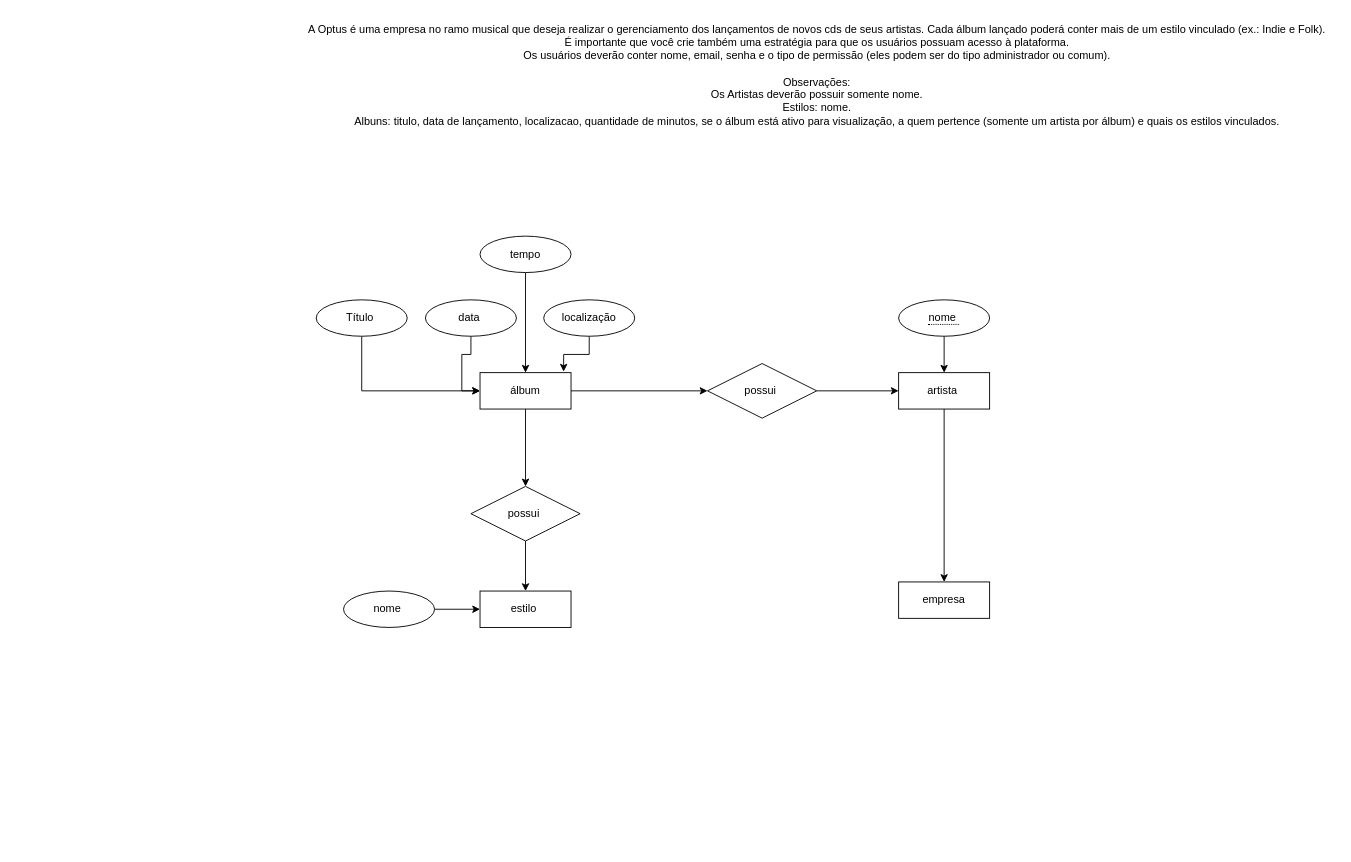
Before: page "Página-5" (5 of 5) of SPRINT 1/construção de modelos/1.0/1.4.drawio in MateusPaladino-29/2-semestre, a draw.io diagram. Source tidied: cells renumbered, new cells numbered last; positions are measured from the earlier drawing's top-left corner, leaving out a move shared by most shapes. Both pictures are drawn from the tidied source at 91%, with x=0, y=0 at pixel (298, 15).
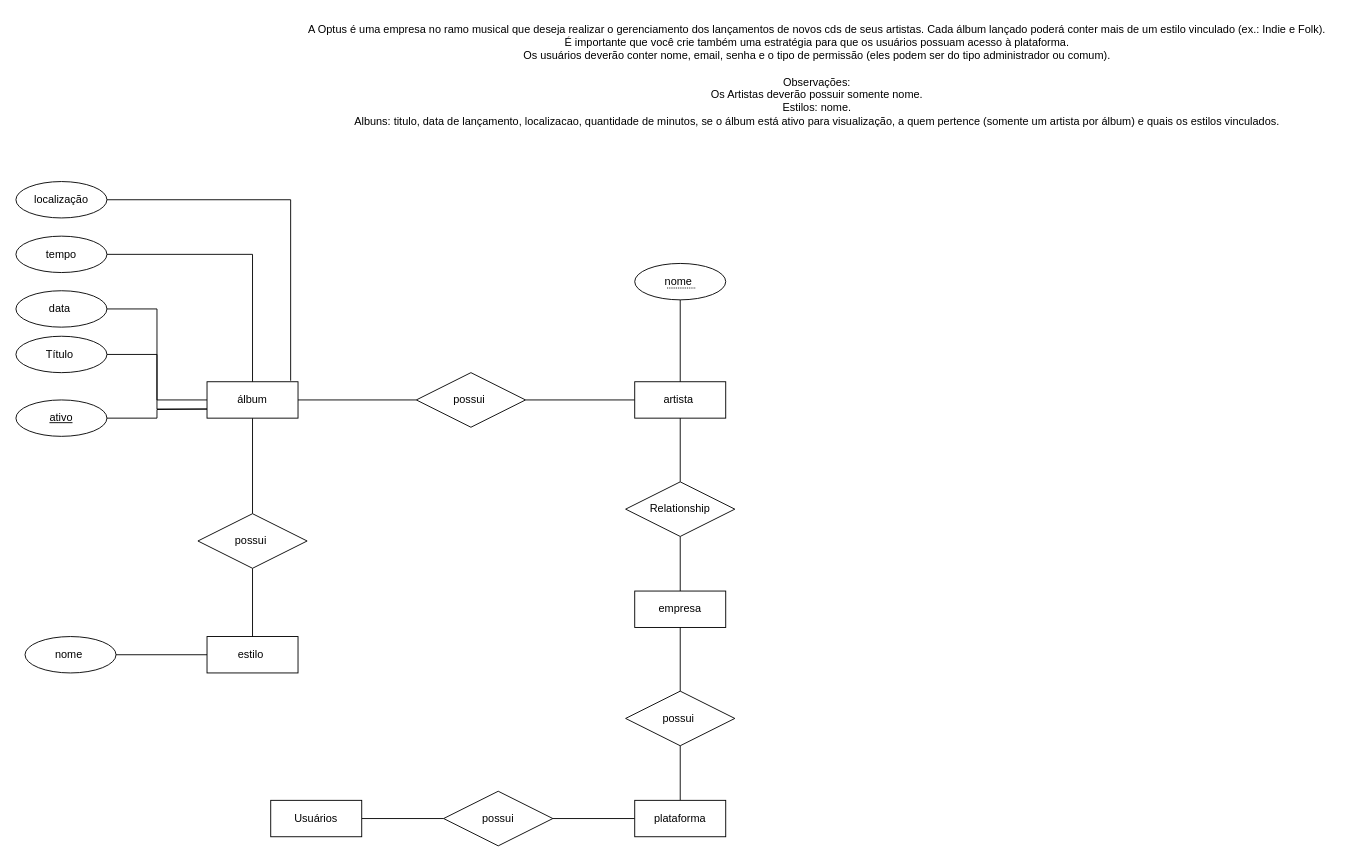
After the change.

What changed in the source:
```diff
@@
-    <mxCell id="3" style="edgeStyle=orthogonalEdgeStyle;rounded=0;jettySize=auto;html=1;" parent="1" edge="1" source="5" target="18">
+    <mxCell id="3" style="edgeStyle=orthogonalEdgeStyle;rounded=0;jettySize=auto;html=1;endArrow=none;endFill=0;" parent="1" edge="1" source="5" target="18">
       <mxGeometry relative="1" as="geometry" />
     </mxCell>
-    <mxCell id="4" style="edgeStyle=orthogonalEdgeStyle;rounded=0;jettySize=auto;html=1;entryX=0;entryY=0.5;entryDx=0;entryDy=0;" parent="1" edge="1" source="5" target="20">
+    <mxCell id="4" style="edgeStyle=orthogonalEdgeStyle;rounded=0;jettySize=auto;html=1;entryX=0;entryY=0.5;entryDx=0;entryDy=0;endArrow=none;endFill=0;" parent="1" edge="1" source="5" target="20">
       <mxGeometry relative="1" as="geometry" />
     </mxCell>
     <mxCell id="5" value="álbum" style="whiteSpace=wrap;html=1;align=center;" parent="1" vertex="1">
-      <mxGeometry x="200" y="392" width="100" height="40" as="geometry" />
+      <mxGeometry x="-100" y="402" width="100" height="40" as="geometry" />
     </mxCell>
-    <mxCell id="6" style="edgeStyle=orthogonalEdgeStyle;rounded=0;jettySize=auto;html=1;entryX=0;entryY=0.5;entryDx=0;entryDy=0;" parent="1" edge="1" source="7" target="5">
-      <mxGeometry relative="1" as="geometry">
-        <Array as="points">
-          <mxPoint x="70" y="412" />
-        </Array>
-      </mxGeometry>
+    <mxCell id="6" style="edgeStyle=orthogonalEdgeStyle;rounded=0;jettySize=auto;html=1;entryX=0;entryY=0.75;entryDx=0;entryDy=0;endArrow=none;endFill=0;" parent="1" edge="1" source="7" target="5">
+      <mxGeometry relative="1" as="geometry" />
     </mxCell>
     <mxCell id="7" value="Título&amp;nbsp;" style="ellipse;whiteSpace=wrap;html=1;align=center;" parent="1" vertex="1">
-      <mxGeometry x="20" y="312" width="100" height="40" as="geometry" />
+      <mxGeometry x="-310" y="352" width="100" height="40" as="geometry" />
     </mxCell>
-    <mxCell id="8" style="edgeStyle=orthogonalEdgeStyle;rounded=0;jettySize=auto;html=1;entryX=0;entryY=0.5;entryDx=0;entryDy=0;" parent="1" edge="1" source="9" target="5">
+    <mxCell id="8" style="edgeStyle=orthogonalEdgeStyle;rounded=0;jettySize=auto;html=1;entryX=0;entryY=0.5;entryDx=0;entryDy=0;endArrow=none;endFill=0;" parent="1" edge="1" source="9" target="5">
       <mxGeometry relative="1" as="geometry" />
     </mxCell>
     <mxCell id="9" value="data&amp;nbsp;" style="ellipse;whiteSpace=wrap;html=1;align=center;" parent="1" vertex="1">
-      <mxGeometry x="140" y="312" width="100" height="40" as="geometry" />
+      <mxGeometry x="-310" y="302" width="100" height="40" as="geometry" />
     </mxCell>
-    <mxCell id="10" style="edgeStyle=orthogonalEdgeStyle;rounded=0;jettySize=auto;html=1;entryX=0.919;entryY=-0.028;entryDx=0;entryDy=0;entryPerimeter=0;" parent="1" edge="1" source="11" target="5">
+    <mxCell id="10" style="edgeStyle=orthogonalEdgeStyle;rounded=0;jettySize=auto;html=1;entryX=0.919;entryY=-0.028;entryDx=0;entryDy=0;entryPerimeter=0;endArrow=none;endFill=0;" parent="1" edge="1" source="11" target="5">
       <mxGeometry relative="1" as="geometry" />
     </mxCell>
     <mxCell id="11" value="localização" style="ellipse;whiteSpace=wrap;html=1;align=center;" parent="1" vertex="1">
-      <mxGeometry x="270" y="312" width="100" height="40" as="geometry" />
+      <mxGeometry x="-310" y="182" width="100" height="40" as="geometry" />
     </mxCell>
-    <mxCell id="12" style="edgeStyle=orthogonalEdgeStyle;rounded=0;jettySize=auto;html=1;entryX=0.5;entryY=0;entryDx=0;entryDy=0;" parent="1" edge="1" source="13" target="5">
+    <mxCell id="12" style="edgeStyle=orthogonalEdgeStyle;rounded=0;jettySize=auto;html=1;entryX=0.5;entryY=0;entryDx=0;entryDy=0;endArrow=none;endFill=0;" parent="1" edge="1" source="13" target="5">
       <mxGeometry relative="1" as="geometry" />
     </mxCell>
     <mxCell id="13" value="tempo" style="ellipse;whiteSpace=wrap;html=1;align=center;" parent="1" vertex="1">
-      <mxGeometry x="200" y="242" width="100" height="40" as="geometry" />
+      <mxGeometry x="-310" y="242" width="100" height="40" as="geometry" />
     </mxCell>
     <mxCell id="14" value="estilo&amp;nbsp;" style="whiteSpace=wrap;html=1;align=center;" parent="1" vertex="1">
-      <mxGeometry x="200" y="632" width="100" height="40" as="geometry" />
+      <mxGeometry x="-100" y="682" width="100" height="40" as="geometry" />
     </mxCell>
-    <mxCell id="15" style="edgeStyle=orthogonalEdgeStyle;rounded=0;jettySize=auto;html=1;" parent="1" edge="1" source="16" target="14">
+    <mxCell id="15" style="edgeStyle=orthogonalEdgeStyle;rounded=0;jettySize=auto;html=1;endArrow=none;endFill=0;" parent="1" edge="1" source="16" target="14">
       <mxGeometry relative="1" as="geometry" />
     </mxCell>
     <mxCell id="16" value="nome&amp;nbsp;" style="ellipse;whiteSpace=wrap;html=1;align=center;" parent="1" vertex="1">
-      <mxGeometry x="50" y="632" width="100" height="40" as="geometry" />
+      <mxGeometry x="-300" y="682" width="100" height="40" as="geometry" />
     </mxCell>
-    <mxCell id="17" style="edgeStyle=orthogonalEdgeStyle;rounded=0;jettySize=auto;html=1;" parent="1" edge="1" source="18" target="14">
+    <mxCell id="17" style="edgeStyle=orthogonalEdgeStyle;rounded=0;jettySize=auto;html=1;endArrow=none;endFill=0;" parent="1" edge="1" source="18" target="14">
       <mxGeometry relative="1" as="geometry" />
     </mxCell>
     <mxCell id="18" value="possui&amp;nbsp;" style="shape=rhombus;perimeter=rhombusPerimeter;whiteSpace=wrap;html=1;align=center;" parent="1" vertex="1">
-      <mxGeometry x="190" y="517" width="120" height="60" as="geometry" />
+      <mxGeometry x="-110" y="547" width="120" height="60" as="geometry" />
     </mxCell>
-    <mxCell id="19" style="edgeStyle=orthogonalEdgeStyle;rounded=0;jettySize=auto;html=1;" parent="1" edge="1" source="20" target="22">
+    <mxCell id="19" style="edgeStyle=orthogonalEdgeStyle;rounded=0;jettySize=auto;html=1;endArrow=none;endFill=0;" parent="1" edge="1" source="20" target="22">
       <mxGeometry relative="1" as="geometry" />
     </mxCell>
     <mxCell id="20" value="possui&amp;nbsp;" style="shape=rhombus;perimeter=rhombusPerimeter;whiteSpace=wrap;html=1;align=center;" parent="1" vertex="1">
-      <mxGeometry x="450" y="382" width="120" height="60" as="geometry" />
+      <mxGeometry x="130" y="392" width="120" height="60" as="geometry" />
     </mxCell>
-    <mxCell id="21" style="edgeStyle=orthogonalEdgeStyle;rounded=0;jettySize=auto;html=1;entryX=0.5;entryY=0;entryDx=0;entryDy=0;" parent="1" edge="1" source="22" target="25">
-      <mxGeometry relative="1" as="geometry" />
-    </mxCell>
     <mxCell id="22" value="artista&amp;nbsp;" style="whiteSpace=wrap;html=1;align=center;" parent="1" vertex="1">
-      <mxGeometry x="660" y="392" width="100" height="40" as="geometry" />
+      <mxGeometry x="370" y="402" width="100" height="40" as="geometry" />
     </mxCell>
-    <mxCell id="23" style="edgeStyle=orthogonalEdgeStyle;rounded=0;jettySize=auto;html=1;" parent="1" edge="1" source="24" target="22">
+    <mxCell id="23" style="edgeStyle=orthogonalEdgeStyle;rounded=0;jettySize=auto;html=1;endArrow=none;endFill=0;" parent="1" edge="1" source="24" target="22">
       <mxGeometry relative="1" as="geometry" />
     </mxCell>
     <mxCell id="24" value="&lt;span style=&quot;border-bottom: 1px dotted&quot;&gt;nome&amp;nbsp;&lt;/span&gt;" style="ellipse;whiteSpace=wrap;html=1;align=center;" parent="1" vertex="1">
-      <mxGeometry x="660" y="312" width="100" height="40" as="geometry" />
+      <mxGeometry x="370" y="272" width="100" height="40" as="geometry" />
     </mxCell>
     <mxCell id="25" value="empresa" style="whiteSpace=wrap;html=1;align=center;" parent="1" vertex="1">
-      <mxGeometry x="660" y="622" width="100" height="40" as="geometry" />
+      <mxGeometry x="370" y="632" width="100" height="40" as="geometry" />
     </mxCell>
+    <mxCell id="26" style="edgeStyle=orthogonalEdgeStyle;rounded=0;jettySize=auto;html=1;endArrow=none;endFill=0;" parent="1" edge="1" source="28" target="22">
+      <mxGeometry relative="1" as="geometry" />
+    </mxCell>
+    <mxCell id="27" style="edgeStyle=orthogonalEdgeStyle;rounded=0;jettySize=auto;html=1;endArrow=none;endFill=0;" parent="1" edge="1" source="28" target="25">
+      <mxGeometry relative="1" as="geometry" />
+    </mxCell>
+    <mxCell id="28" value="Relationship" style="shape=rhombus;perimeter=rhombusPerimeter;whiteSpace=wrap;html=1;align=center;" parent="1" vertex="1">
+      <mxGeometry x="360" y="512" width="120" height="60" as="geometry" />
+    </mxCell>
+    <mxCell id="29" style="edgeStyle=orthogonalEdgeStyle;rounded=0;jettySize=auto;html=1;endArrow=none;endFill=0;" parent="1" edge="1" source="31" target="33">
+      <mxGeometry relative="1" as="geometry" />
+    </mxCell>
+    <mxCell id="30" style="edgeStyle=orthogonalEdgeStyle;rounded=0;jettySize=auto;html=1;endArrow=none;endFill=0;" parent="1" edge="1" source="31" target="25">
+      <mxGeometry relative="1" as="geometry" />
+    </mxCell>
+    <mxCell id="31" value="possui&amp;nbsp;" style="shape=rhombus;perimeter=rhombusPerimeter;whiteSpace=wrap;html=1;align=center;" parent="1" vertex="1">
+      <mxGeometry x="360" y="742" width="120" height="60" as="geometry" />
+    </mxCell>
+    <mxCell id="32" style="edgeStyle=orthogonalEdgeStyle;rounded=0;jettySize=auto;html=1;endArrow=none;endFill=0;" parent="1" edge="1" source="33" target="34">
+      <mxGeometry relative="1" as="geometry" />
+    </mxCell>
+    <mxCell id="33" value="plataforma" style="whiteSpace=wrap;html=1;align=center;" parent="1" vertex="1">
+      <mxGeometry x="370" y="862" width="100" height="40" as="geometry" />
+    </mxCell>
+    <mxCell id="34" value="possui" style="shape=rhombus;perimeter=rhombusPerimeter;whiteSpace=wrap;html=1;align=center;" parent="1" vertex="1">
+      <mxGeometry x="160" y="852" width="120" height="60" as="geometry" />
+    </mxCell>
+    <mxCell id="35" style="edgeStyle=orthogonalEdgeStyle;rounded=0;jettySize=auto;html=1;endArrow=none;endFill=0;" parent="1" edge="1" source="36" target="34">
+      <mxGeometry relative="1" as="geometry" />
+    </mxCell>
+    <mxCell id="36" value="Usuários" style="whiteSpace=wrap;html=1;align=center;" parent="1" vertex="1">
+      <mxGeometry x="-30" y="862" width="100" height="40" as="geometry" />
+    </mxCell>
+    <mxCell id="37" style="edgeStyle=orthogonalEdgeStyle;rounded=0;jettySize=auto;html=1;endArrow=none;endFill=0;" parent="1" edge="1" source="38">
+      <mxGeometry relative="1" as="geometry">
+        <mxPoint x="-100" y="432" as="targetPoint" />
+      </mxGeometry>
+    </mxCell>
+    <mxCell id="38" value="ativo" style="ellipse;whiteSpace=wrap;html=1;align=center;fontStyle=4;" parent="1" vertex="1">
+      <mxGeometry x="-310" y="422" width="100" height="40" as="geometry" />
+    </mxCell>
```
